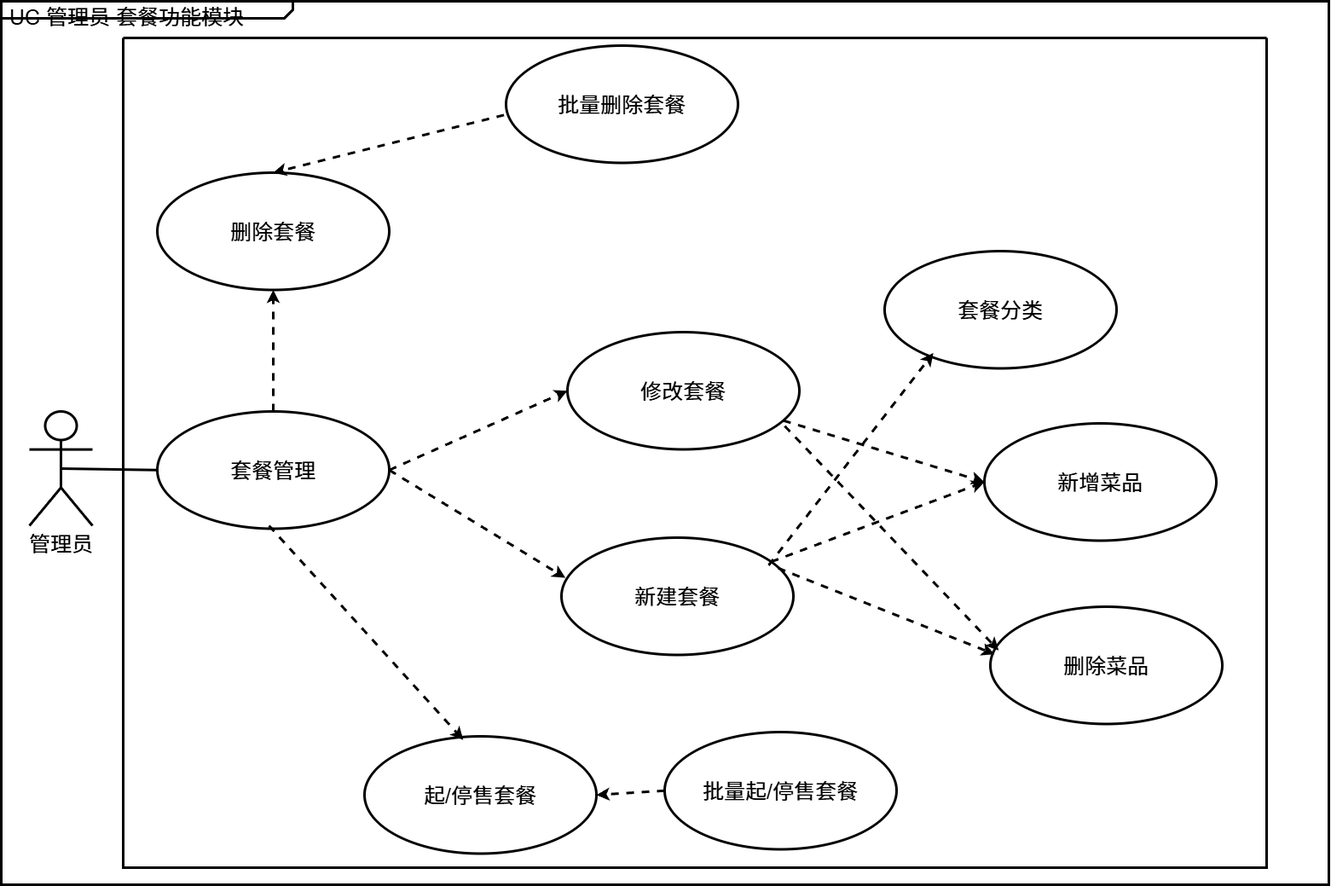
The draw.io diagram 2-11.drawio.png in Withnoidea/UML, before a commit. Source tidied: cells renumbered, new cells last; positions are measured from the earlier drawing's top-left corner, leaving out a move shared by most shapes. Its diagram source:
```xml
<mxGraphModel>
  <root>
    <mxCell id="0" />
    <mxCell id="1" parent="0" />
    <mxCell id="2" value="&lt;p style=&quot;margin: 0px ; margin-top: 4px ; margin-left: 10px ; text-align: left&quot;&gt;&lt;font&gt;UC 管理员 套餐功能模块&lt;/font&gt;&lt;/p&gt;" style="html=1;strokeWidth=3;shape=mxgraph.sysml.package;html=1;overflow=fill;whiteSpace=wrap;fillColor=none;gradientColor=none;fontSize=25;align=center;labelX=342.67;" parent="1" vertex="1">
      <mxGeometry width="1557" height="1036" as="geometry" />
    </mxCell>
    <mxCell id="3" value="管理员" style="shape=umlActor;verticalLabelPosition=bottom;verticalAlign=top;html=1;outlineConnect=0;fontSize=25;strokeWidth=3;" parent="1" vertex="1">
      <mxGeometry x="33" y="481" width="74" height="134" as="geometry" />
    </mxCell>
    <mxCell id="4" value="套餐管理" style="ellipse;whiteSpace=wrap;html=1;fontSize=25;strokeWidth=3;" parent="1" vertex="1">
      <mxGeometry x="183" y="481" width="272" height="137.5" as="geometry" />
    </mxCell>
    <mxCell id="5" value="删除套餐" style="ellipse;whiteSpace=wrap;html=1;fontSize=25;strokeWidth=3;" parent="1" vertex="1">
      <mxGeometry x="183" y="201" width="272" height="137.5" as="geometry" />
    </mxCell>
    <mxCell id="6" value="新建套餐" style="ellipse;whiteSpace=wrap;html=1;fontSize=25;strokeWidth=3;" parent="1" vertex="1">
      <mxGeometry x="657" y="629" width="272" height="137.5" as="geometry" />
    </mxCell>
    <mxCell id="7" value="修改套餐" style="ellipse;whiteSpace=wrap;html=1;fontSize=25;strokeWidth=3;" parent="1" vertex="1">
      <mxGeometry x="664" y="388" width="272" height="137.5" as="geometry" />
    </mxCell>
    <mxCell id="8" value="起/停售套餐" style="ellipse;whiteSpace=wrap;html=1;fontSize=25;strokeWidth=3;" parent="1" vertex="1">
      <mxGeometry x="426" y="862" width="272" height="137.5" as="geometry" />
    </mxCell>
    <mxCell id="9" style="endArrow=classic;html=1;rounded=0;dashed=1;strokeWidth=3;fontSize=25;entryX=0.5;entryY=1;entryDx=0;entryDy=0;" parent="1" edge="1" source="4" target="5">
      <mxGeometry relative="1" as="geometry" />
    </mxCell>
    <mxCell id="10" style="endArrow=classic;html=1;rounded=0;dashed=1;entryX=0.017;entryY=0.343;entryDx=0;entryDy=0;entryPerimeter=0;exitX=1;exitY=0.5;exitDx=0;exitDy=0;strokeWidth=3;fontSize=25;" parent="1" edge="1" source="4" target="6">
      <mxGeometry relative="1" as="geometry" />
    </mxCell>
    <mxCell id="11" style="endArrow=classic;html=1;rounded=0;dashed=1;entryX=0;entryY=0.5;entryDx=0;entryDy=0;exitX=1;exitY=0.5;exitDx=0;exitDy=0;strokeWidth=3;fontSize=25;" parent="1" edge="1" source="4" target="7">
      <mxGeometry relative="1" as="geometry" />
    </mxCell>
    <mxCell id="12" style="endArrow=classic;html=1;rounded=0;dashed=1;entryX=0.426;entryY=0.031;entryDx=0;entryDy=0;exitX=0.5;exitY=1;exitDx=0;exitDy=0;strokeWidth=3;fontSize=25;entryPerimeter=0;" parent="1" edge="1" target="8">
      <mxGeometry relative="1" as="geometry">
        <mxPoint x="314" y="615" as="sourcePoint" />
      </mxGeometry>
    </mxCell>
    <mxCell id="13" style="endArrow=none;html=1;rounded=0;entryX=0;entryY=0.5;entryDx=0;entryDy=0;exitX=0.5;exitY=0.5;exitDx=0;exitDy=0;exitPerimeter=0;strokeWidth=3;fontSize=25;" parent="1" edge="1" source="3" target="4">
      <mxGeometry relative="1" as="geometry" />
    </mxCell>
    <mxCell id="14" value="套餐分类" style="ellipse;whiteSpace=wrap;html=1;fontSize=25;strokeWidth=3;" parent="1" vertex="1">
      <mxGeometry x="1036" y="293" width="272" height="137.5" as="geometry" />
    </mxCell>
    <mxCell id="15" style="swimlane;startSize=0;strokeWidth=3;fontSize=25;" parent="1" vertex="1">
      <mxGeometry x="143" y="43" width="1341" height="973" as="geometry" />
    </mxCell>
    <mxCell id="16" value="批量删除套餐" style="ellipse;whiteSpace=wrap;html=1;fontSize=25;strokeWidth=3;" parent="1" vertex="1">
      <mxGeometry x="592" y="52" width="272" height="137.5" as="geometry" />
    </mxCell>
    <mxCell id="17" value="新增菜品" style="ellipse;whiteSpace=wrap;html=1;fontSize=25;strokeWidth=3;" parent="1" vertex="1">
      <mxGeometry x="1153" y="495" width="272" height="137.5" as="geometry" />
    </mxCell>
    <mxCell id="18" value="删除菜品" style="ellipse;whiteSpace=wrap;html=1;fontSize=25;strokeWidth=3;" parent="1" vertex="1">
      <mxGeometry x="1160" y="710" width="272" height="137.5" as="geometry" />
    </mxCell>
    <mxCell id="19" style="endArrow=classic;html=1;rounded=0;dashed=1;entryX=0.018;entryY=0.405;entryDx=0;entryDy=0;exitX=0.934;exitY=0.26;exitDx=0;exitDy=0;strokeWidth=3;fontSize=25;entryPerimeter=0;exitPerimeter=0;" parent="1" edge="1" source="6" target="18">
      <mxGeometry relative="1" as="geometry" />
    </mxCell>
    <mxCell id="20" style="endArrow=classic;html=1;rounded=0;dashed=1;entryX=0.5;entryY=0;entryDx=0;entryDy=0;exitX=-0.009;exitY=0.592;exitDx=0;exitDy=0;strokeWidth=3;fontSize=25;exitPerimeter=0;" parent="1" edge="1" source="16" target="5">
      <mxGeometry relative="1" as="geometry" />
    </mxCell>
    <mxCell id="21" style="endArrow=classic;html=1;rounded=0;dashed=1;entryX=0.036;entryY=0.373;entryDx=0;entryDy=0;exitX=0.937;exitY=0.801;exitDx=0;exitDy=0;strokeWidth=3;fontSize=25;entryPerimeter=0;exitPerimeter=0;" parent="1" edge="1" source="7" target="18">
      <mxGeometry relative="1" as="geometry" />
    </mxCell>
    <mxCell id="22" style="endArrow=classic;html=1;rounded=0;dashed=1;entryX=0.21;entryY=0.869;entryDx=0;entryDy=0;strokeWidth=3;fontSize=25;entryPerimeter=0;exitX=0.893;exitY=0.236;exitDx=0;exitDy=0;exitPerimeter=0;" parent="1" edge="1" source="6" target="14">
      <mxGeometry relative="1" as="geometry" />
    </mxCell>
    <mxCell id="23" style="endArrow=classic;html=1;rounded=0;dashed=1;strokeWidth=3;fontSize=25;entryX=0;entryY=0.5;entryDx=0;entryDy=0;" parent="1" edge="1" source="6" target="17">
      <mxGeometry relative="1" as="geometry" />
    </mxCell>
    <mxCell id="24" style="endArrow=classic;html=1;rounded=0;dashed=1;entryX=0;entryY=0.5;entryDx=0;entryDy=0;strokeWidth=3;fontSize=25;" parent="1" edge="1" source="7" target="17">
      <mxGeometry relative="1" as="geometry" />
    </mxCell>
    <mxCell id="25" value="批量起/停售套餐" style="ellipse;whiteSpace=wrap;html=1;fontSize=25;strokeWidth=3;" parent="1" vertex="1">
      <mxGeometry x="778" y="857" width="272" height="137.5" as="geometry" />
    </mxCell>
    <mxCell id="26" style="endArrow=classic;html=1;rounded=0;dashed=1;entryX=1;entryY=0.5;entryDx=0;entryDy=0;exitX=0;exitY=0.5;exitDx=0;exitDy=0;strokeWidth=3;fontSize=25;" parent="1" edge="1" source="25" target="8">
      <mxGeometry relative="1" as="geometry" />
    </mxCell>
  </root>
</mxGraphModel>
```
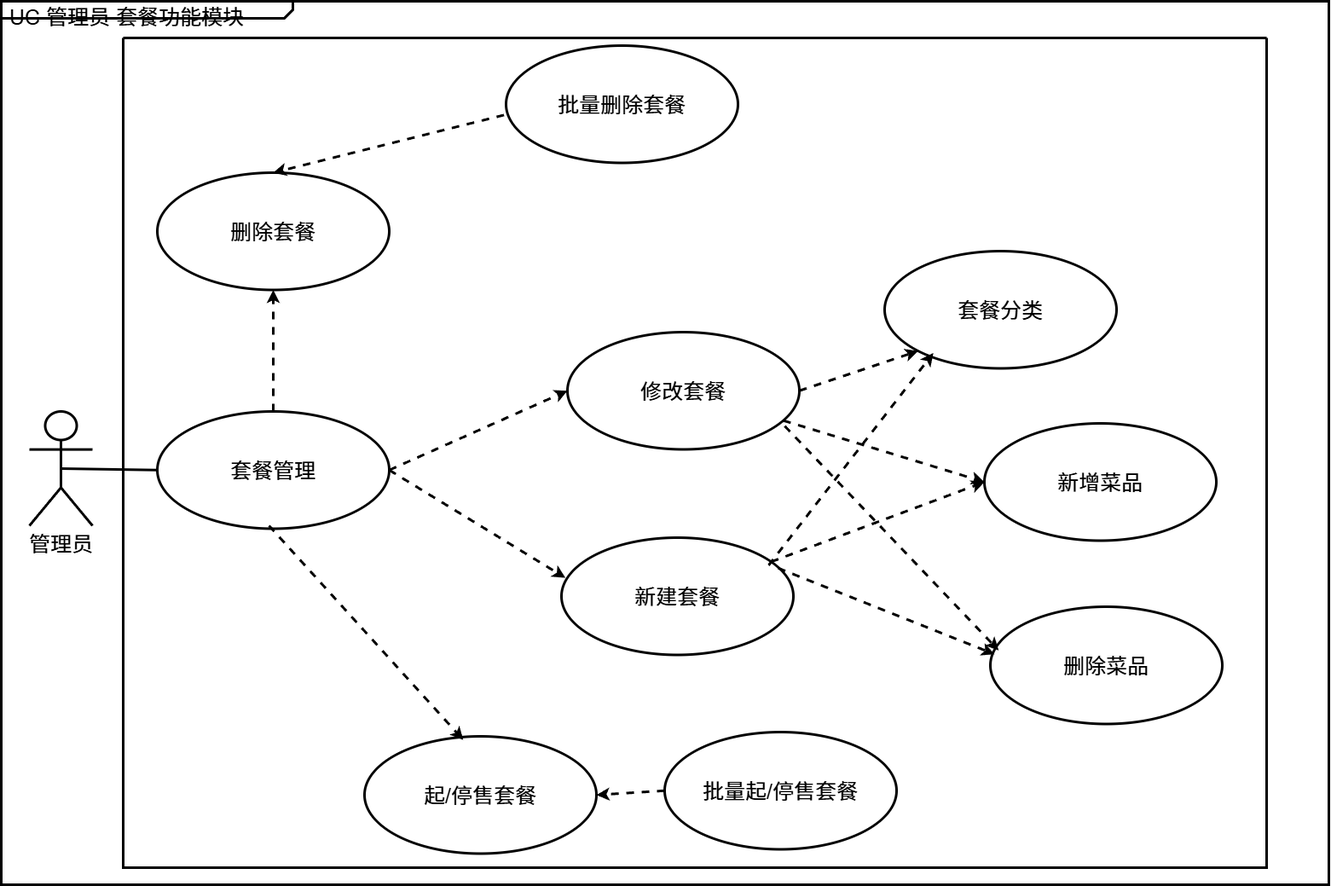
After the commit.

Diff of the diagram source:
```diff
@@ -79,5 +79,8 @@
     <mxCell id="26" style="endArrow=classic;html=1;rounded=0;dashed=1;entryX=1;entryY=0.5;entryDx=0;entryDy=0;exitX=0;exitY=0.5;exitDx=0;exitDy=0;strokeWidth=3;fontSize=25;" parent="1" edge="1" source="25" target="8">
       <mxGeometry relative="1" as="geometry" />
     </mxCell>
+    <mxCell id="27" style="endArrow=classic;html=1;rounded=0;dashed=1;entryX=0;entryY=1;entryDx=0;entryDy=0;strokeWidth=3;fontSize=25;exitX=1;exitY=0.5;exitDx=0;exitDy=0;" parent="1" edge="1" source="7" target="14">
+      <mxGeometry relative="1" as="geometry" />
+    </mxCell>
   </root>
 </mxGraphModel>
```
